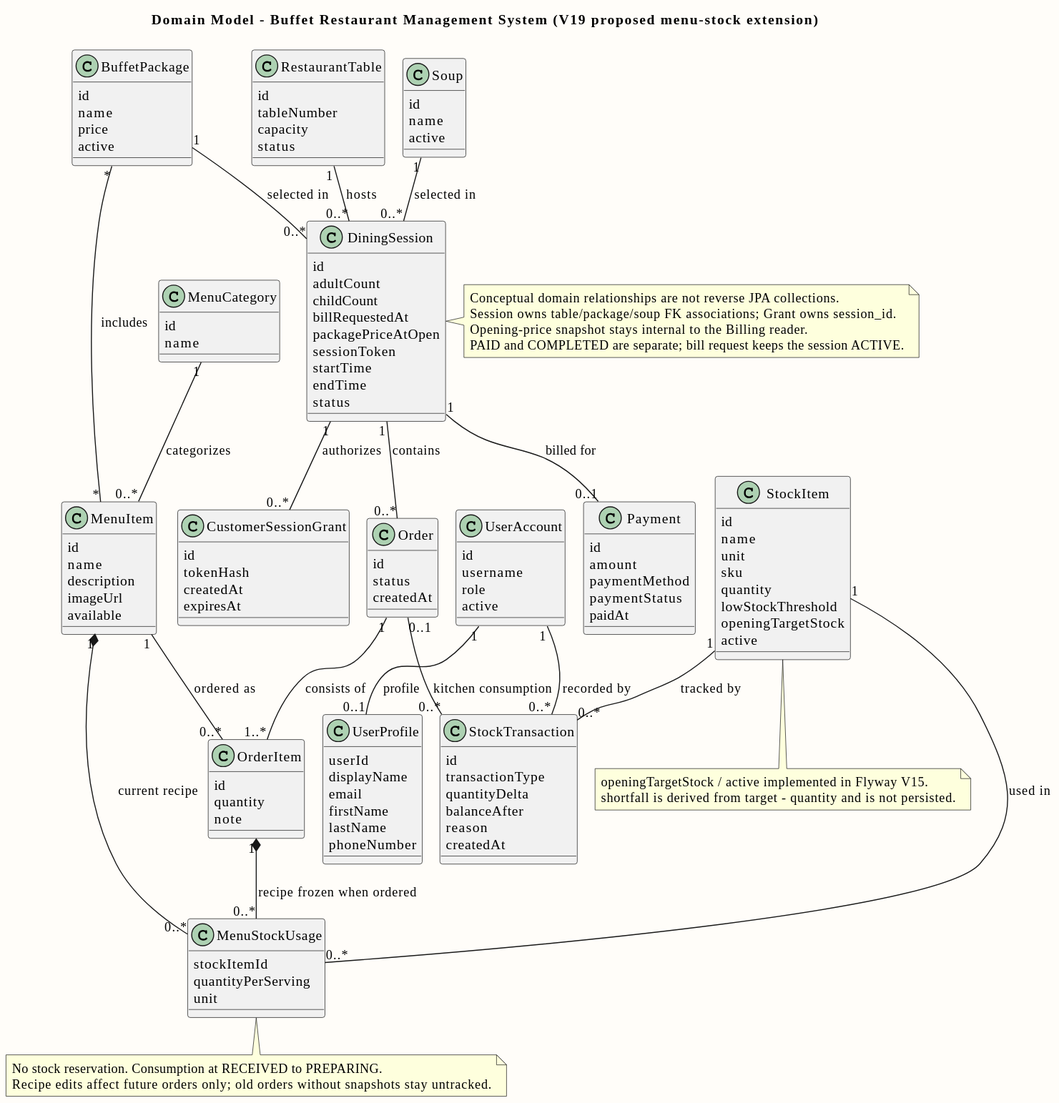
Before: doc/diagrams/previews/domain-model.svg, a diagram exported from PlantUML (PavaritPramual/buffet-restaurant-management-system).
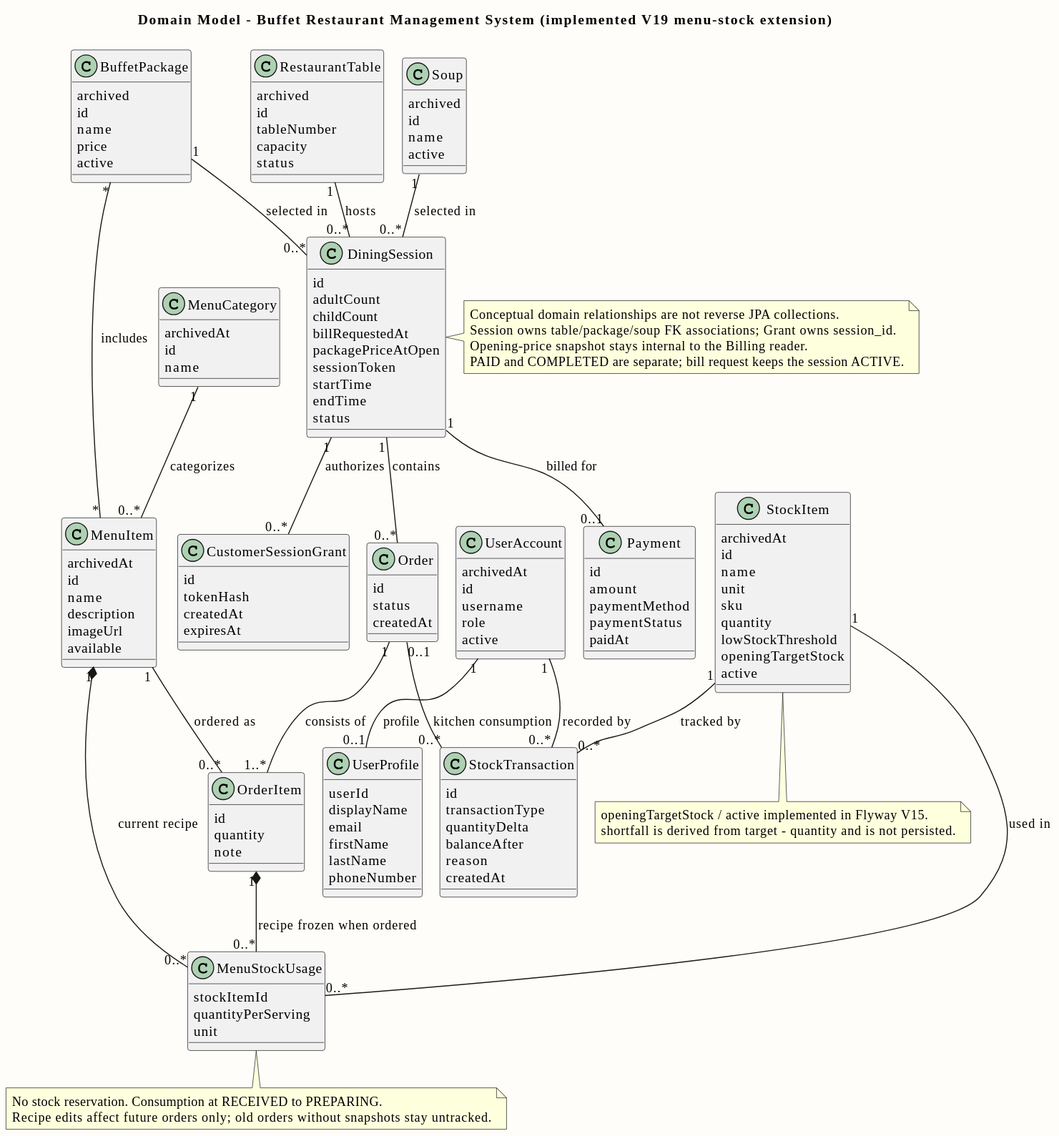
The same file after the commit.

What changed in the source:
```diff
@@ -5,12 +5,13 @@
 skinparam backgroundColor #FFFDF9
 skinparam defaultFontName Tahoma
 
-title Domain Model - Buffet Restaurant Management System (V19 proposed menu-stock extension)
+title Domain Model - Buffet Restaurant Management System (implemented V19 menu-stock extension)
 
 skinparam classAttributeIconSize 0
 skinparam shadowing false
 
 class UserAccount {
+    archivedAt
     id
     username
     role
@@ -29,6 +30,7 @@
 UserAccount "1" -- "0..1" UserProfile : profile >
 
 class RestaurantTable {
+    archived
     id
     tableNumber
     capacity
@@ -62,6 +64,7 @@
 end note
 
 class BuffetPackage {
+    archived
     id
     name
     price
@@ -69,17 +72,20 @@
 }
 
 class Soup {
+    archived
     id
     name
     active
 }
 
 class MenuCategory {
+    archivedAt
     id
     name
 }
 
 class MenuItem {
+    archivedAt
     id
     name
     description
@@ -108,6 +114,7 @@
 }
 
 class StockItem {
+    archivedAt
     id
     name
     unit
```
